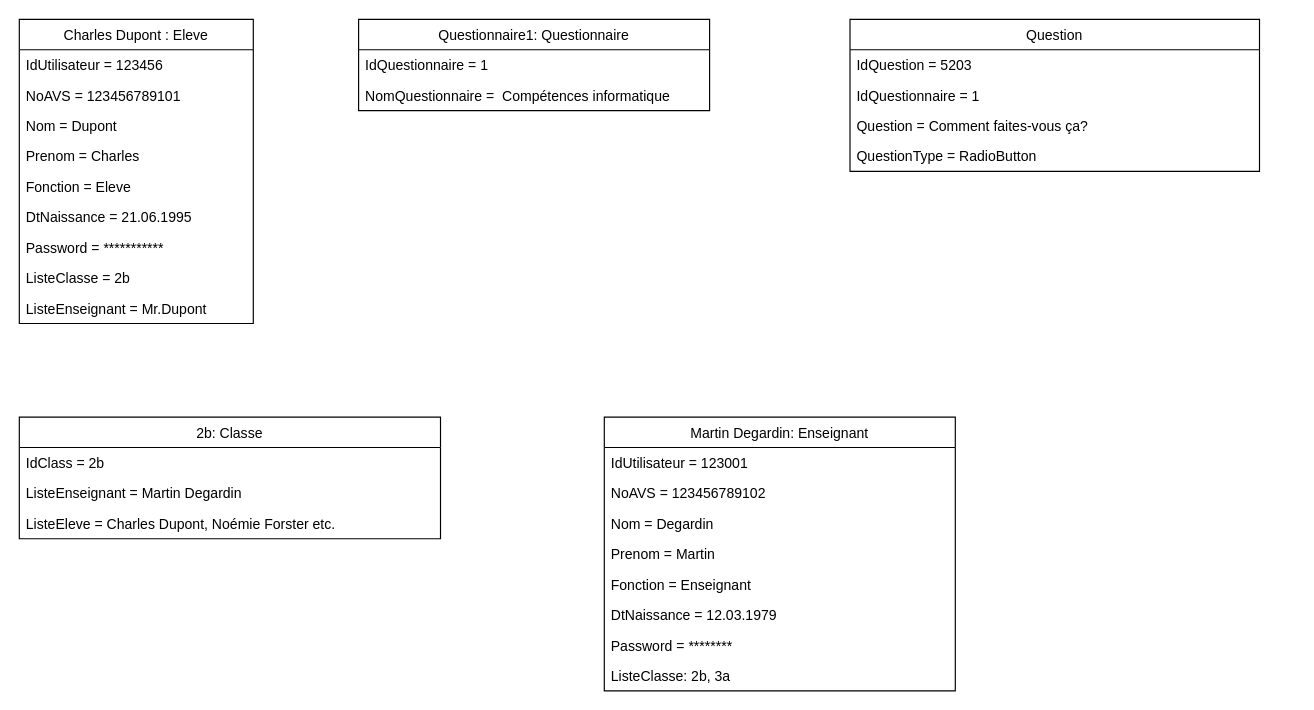
This is ObjectDiagramEleve.drawio from Devetik/Diagrammes, a draw.io file, before an edit. Source tidied: cells renumbered, new cells numbered last; positions are measured from the earlier drawing's top-left corner, leaving out a move shared by most shapes. Both pictures are drawn from the tidied source at 117%, with x=0, y=0 at pixel (19, 19).
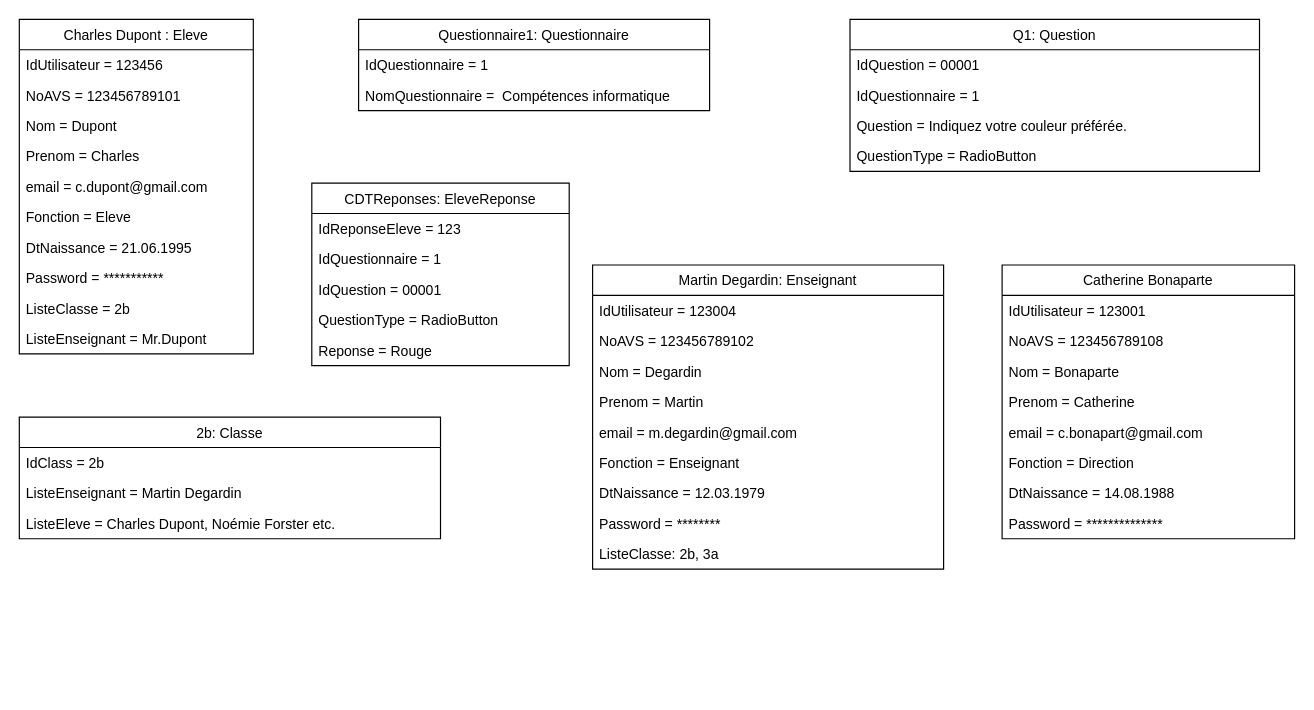
Above is the later version.

Diff of the diagram source:
```diff
@@
     <mxCell id="2" value="Charles Dupont : Eleve" style="swimlane;fontStyle=0;horizontal=1;startSize=26;fillColor=none;" parent="1" vertex="1">
-      <mxGeometry width="200" height="260" as="geometry" />
+      <mxGeometry width="200" height="286" as="geometry" />
     </mxCell>
@@
+    <mxCell id="33" value="email = c.dupont@gmail.com" style="text;strokeColor=none;fillColor=none;align=left;verticalAlign=top;spacingLeft=4;spacingRight=4;overflow=hidden;" parent="2" vertex="1">
+      <mxGeometry y="130" width="200" height="26" as="geometry" />
+    </mxCell>
     <mxCell id="7" value="Fonction = Eleve" style="text;strokeColor=none;fillColor=none;align=left;verticalAlign=top;spacingLeft=4;spacingRight=4;overflow=hidden;" parent="2" vertex="1">
-      <mxGeometry y="130" width="200" height="26" as="geometry" />
+      <mxGeometry y="156" width="200" height="26" as="geometry" />
     </mxCell>
     <mxCell id="8" value="DtNaissance = 21.06.1995" style="text;strokeColor=none;fillColor=none;align=left;verticalAlign=top;spacingLeft=4;spacingRight=4;overflow=hidden;" parent="2" vertex="1">
-      <mxGeometry y="156" width="200" height="26" as="geometry" />
+      <mxGeometry y="182" width="200" height="26" as="geometry" />
     </mxCell>
     <mxCell id="9" value="Password = ***********" style="text;strokeColor=none;fillColor=none;align=left;verticalAlign=top;spacingLeft=4;spacingRight=4;overflow=hidden;" parent="2" vertex="1">
-      <mxGeometry y="182" width="200" height="26" as="geometry" />
+      <mxGeometry y="208" width="200" height="26" as="geometry" />
     </mxCell>
     <mxCell id="10" value="ListeClasse = 2b" style="text;strokeColor=none;fillColor=none;align=left;verticalAlign=top;spacingLeft=4;spacingRight=4;overflow=hidden;" parent="2" vertex="1">
-      <mxGeometry y="208" width="200" height="26" as="geometry" />
+      <mxGeometry y="234" width="200" height="26" as="geometry" />
     </mxCell>
     <mxCell id="11" value="ListeEnseignant = Mr.Dupont" style="text;strokeColor=none;fillColor=none;align=left;verticalAlign=top;spacingLeft=4;spacingRight=4;overflow=hidden;" parent="2" vertex="1">
-      <mxGeometry y="234" width="200" height="26" as="geometry" />
+      <mxGeometry y="260" width="200" height="26" as="geometry" />
     </mxCell>
-    <mxCell id="12" value="Question" style="swimlane;fontStyle=0;horizontal=1;startSize=26;fillColor=none;" parent="1" vertex="1">
+    <mxCell id="12" value="Q1: Question" style="swimlane;fontStyle=0;horizontal=1;startSize=26;fillColor=none;" parent="1" vertex="1">
       <mxGeometry x="710" width="350" height="130" as="geometry" />
     </mxCell>
-    <mxCell id="13" value="IdQuestion = 5203" style="text;strokeColor=none;fillColor=none;align=left;verticalAlign=top;spacingLeft=4;spacingRight=4;overflow=hidden;" parent="12" vertex="1">
+    <mxCell id="13" value="IdQuestion = 00001" style="text;strokeColor=none;fillColor=none;align=left;verticalAlign=top;spacingLeft=4;spacingRight=4;overflow=hidden;" parent="12" vertex="1">
       <mxGeometry y="26" width="350" height="26" as="geometry" />
     </mxCell>
@@
-    <mxCell id="15" value="Question = Comment faites-vous ça?" style="text;strokeColor=none;fillColor=none;align=left;verticalAlign=top;spacingLeft=4;spacingRight=4;overflow=hidden;" parent="12" vertex="1">
+    <mxCell id="15" value="Question = Indiquez votre couleur préférée." style="text;strokeColor=none;fillColor=none;align=left;verticalAlign=top;spacingLeft=4;spacingRight=4;overflow=hidden;" parent="12" vertex="1">
       <mxGeometry y="78" width="350" height="26" as="geometry" />
     </mxCell>
@@
     <mxCell id="24" value="Martin Degardin: Enseignant" style="swimlane;fontStyle=0;horizontal=1;startSize=26;fillColor=none;" parent="1" vertex="1">
-      <mxGeometry x="500" y="340" width="300" height="234" as="geometry" />
+      <mxGeometry x="490" y="210" width="300" height="260" as="geometry" />
     </mxCell>
-    <mxCell id="25" value="IdUtilisateur = 123001" style="text;strokeColor=none;fillColor=none;align=left;verticalAlign=top;spacingLeft=4;spacingRight=4;overflow=hidden;" parent="24" vertex="1">
+    <mxCell id="25" value="IdUtilisateur = 123004" style="text;strokeColor=none;fillColor=none;align=left;verticalAlign=top;spacingLeft=4;spacingRight=4;overflow=hidden;" parent="24" vertex="1">
       <mxGeometry y="26" width="300" height="26" as="geometry" />
     </mxCell>
@@
+    <mxCell id="34" value="email = m.degardin@gmail.com" style="text;strokeColor=none;fillColor=none;align=left;verticalAlign=top;spacingLeft=4;spacingRight=4;overflow=hidden;" parent="24" vertex="1">
+      <mxGeometry y="130" width="300" height="26" as="geometry" />
+    </mxCell>
     <mxCell id="29" value="Fonction = Enseignant" style="text;strokeColor=none;fillColor=none;align=left;verticalAlign=top;spacingLeft=4;spacingRight=4;overflow=hidden;" parent="24" vertex="1">
-      <mxGeometry y="130" width="300" height="26" as="geometry" />
+      <mxGeometry y="156" width="300" height="26" as="geometry" />
     </mxCell>
     <mxCell id="30" value="DtNaissance = 12.03.1979" style="text;strokeColor=none;fillColor=none;align=left;verticalAlign=top;spacingLeft=4;spacingRight=4;overflow=hidden;" parent="24" vertex="1">
-      <mxGeometry y="156" width="300" height="26" as="geometry" />
+      <mxGeometry y="182" width="300" height="26" as="geometry" />
     </mxCell>
     <mxCell id="31" value="Password = ********" style="text;strokeColor=none;fillColor=none;align=left;verticalAlign=top;spacingLeft=4;spacingRight=4;overflow=hidden;" parent="24" vertex="1">
-      <mxGeometry y="182" width="300" height="26" as="geometry" />
+      <mxGeometry y="208" width="300" height="26" as="geometry" />
     </mxCell>
     <mxCell id="32" value="ListeClasse: 2b, 3a" style="text;strokeColor=none;fillColor=none;align=left;verticalAlign=top;spacingLeft=4;spacingRight=4;overflow=hidden;" parent="24" vertex="1">
-      <mxGeometry y="208" width="300" height="26" as="geometry" />
+      <mxGeometry y="234" width="300" height="26" as="geometry" />
     </mxCell>
+    <mxCell id="35" value="Catherine Bonaparte" style="swimlane;fontStyle=0;horizontal=1;startSize=26;fillColor=none;" parent="1" vertex="1">
+      <mxGeometry x="840" y="210" width="250" height="234" as="geometry" />
+    </mxCell>
+    <mxCell id="36" value="IdUtilisateur = 123001" style="text;strokeColor=none;fillColor=none;align=left;verticalAlign=top;spacingLeft=4;spacingRight=4;overflow=hidden;" parent="35" vertex="1">
+      <mxGeometry y="26" width="250" height="26" as="geometry" />
+    </mxCell>
+    <mxCell id="37" value="NoAVS = 123456789108" style="text;strokeColor=none;fillColor=none;align=left;verticalAlign=top;spacingLeft=4;spacingRight=4;overflow=hidden;" parent="35" vertex="1">
+      <mxGeometry y="52" width="250" height="26" as="geometry" />
+    </mxCell>
+    <mxCell id="38" value="Nom = Bonaparte" style="text;strokeColor=none;fillColor=none;align=left;verticalAlign=top;spacingLeft=4;spacingRight=4;overflow=hidden;" parent="35" vertex="1">
+      <mxGeometry y="78" width="250" height="26" as="geometry" />
+    </mxCell>
+    <mxCell id="39" value="Prenom = Catherine" style="text;strokeColor=none;fillColor=none;align=left;verticalAlign=top;spacingLeft=4;spacingRight=4;overflow=hidden;" parent="35" vertex="1">
+      <mxGeometry y="104" width="250" height="26" as="geometry" />
+    </mxCell>
+    <mxCell id="40" value="email = c.bonapart@gmail.com" style="text;strokeColor=none;fillColor=none;align=left;verticalAlign=top;spacingLeft=4;spacingRight=4;overflow=hidden;" parent="35" vertex="1">
+      <mxGeometry y="130" width="250" height="26" as="geometry" />
+    </mxCell>
+    <mxCell id="41" value="Fonction = Direction" style="text;strokeColor=none;fillColor=none;align=left;verticalAlign=top;spacingLeft=4;spacingRight=4;overflow=hidden;" parent="35" vertex="1">
+      <mxGeometry y="156" width="250" height="26" as="geometry" />
+    </mxCell>
+    <mxCell id="42" value="DtNaissance = 14.08.1988" style="text;strokeColor=none;fillColor=none;align=left;verticalAlign=top;spacingLeft=4;spacingRight=4;overflow=hidden;" parent="35" vertex="1">
+      <mxGeometry y="182" width="250" height="26" as="geometry" />
+    </mxCell>
+    <mxCell id="43" value="Password = **************" style="text;strokeColor=none;fillColor=none;align=left;verticalAlign=top;spacingLeft=4;spacingRight=4;overflow=hidden;" parent="35" vertex="1">
+      <mxGeometry y="208" width="250" height="26" as="geometry" />
+    </mxCell>
+    <mxCell id="44" value="CDTReponses: EleveReponse" style="swimlane;fontStyle=0;horizontal=1;startSize=26;fillColor=none;" parent="1" vertex="1">
+      <mxGeometry x="250" y="140" width="220" height="156" as="geometry" />
+    </mxCell>
+    <mxCell id="45" value="IdReponseEleve = 123" style="text;strokeColor=none;fillColor=none;align=left;verticalAlign=top;spacingLeft=4;spacingRight=4;overflow=hidden;" parent="44" vertex="1">
+      <mxGeometry y="26" width="220" height="26" as="geometry" />
+    </mxCell>
+    <mxCell id="46" value="IdQuestionnaire = 1" style="text;strokeColor=none;fillColor=none;align=left;verticalAlign=top;spacingLeft=4;spacingRight=4;overflow=hidden;" parent="44" vertex="1">
+      <mxGeometry y="52" width="220" height="26" as="geometry" />
+    </mxCell>
+    <mxCell id="47" value="IdQuestion = 00001" style="text;strokeColor=none;fillColor=none;align=left;verticalAlign=top;spacingLeft=4;spacingRight=4;overflow=hidden;" parent="44" vertex="1">
+      <mxGeometry y="78" width="220" height="26" as="geometry" />
+    </mxCell>
+    <mxCell id="48" value="QuestionType = RadioButton" style="text;strokeColor=none;fillColor=none;align=left;verticalAlign=top;spacingLeft=4;spacingRight=4;overflow=hidden;" parent="44" vertex="1">
+      <mxGeometry y="104" width="220" height="26" as="geometry" />
+    </mxCell>
+    <mxCell id="49" value="Reponse = Rouge" style="text;strokeColor=none;fillColor=none;align=left;verticalAlign=top;spacingLeft=4;spacingRight=4;overflow=hidden;" parent="44" vertex="1">
+      <mxGeometry y="130" width="220" height="26" as="geometry" />
+    </mxCell>
```
